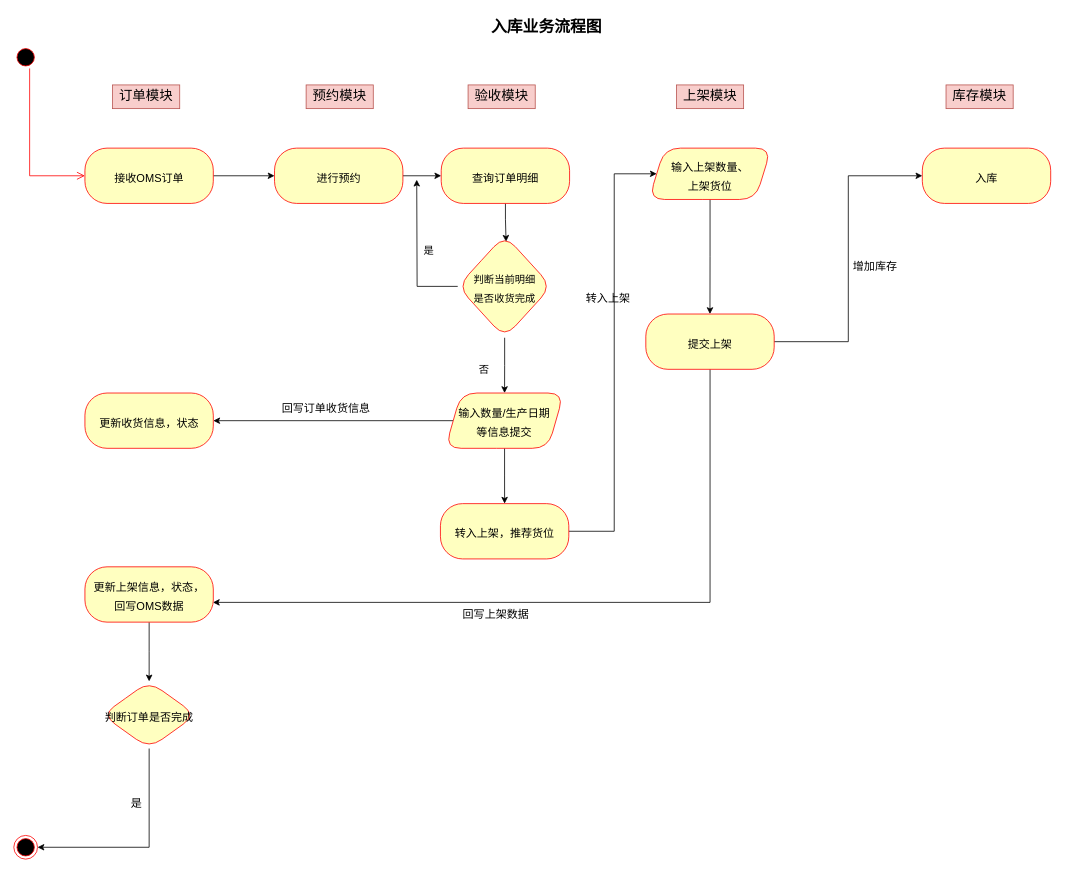
The draw.io diagram pdf/入库业务流程图.drawio in mstao/static, before the edit. Source tidied: cells renumbered, new cells numbered last; positions are measured from the earlier drawing's top-left corner, leaving out a move shared by most shapes. Both pictures are drawn from the tidied source at 79%, with x=0, y=0 at pixel (13, 13).
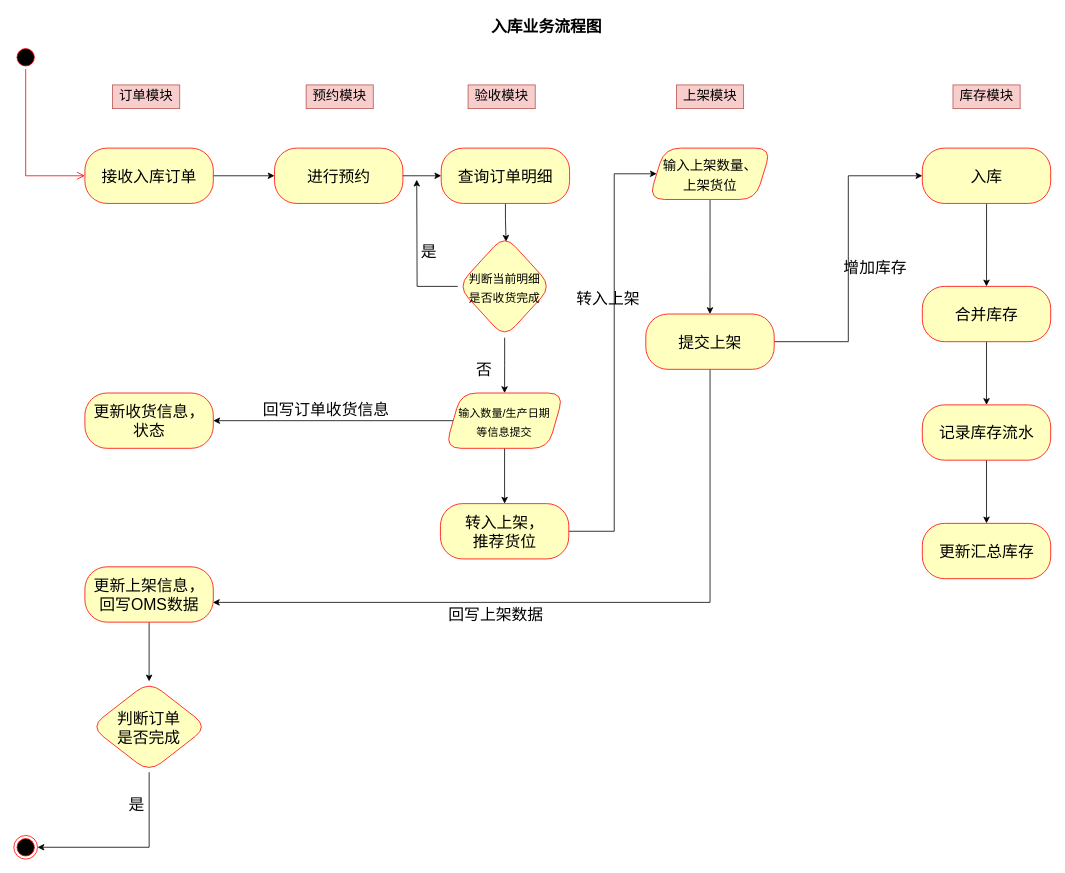
The same page after the edit.

Commit message (it also covers changes not shown here):
Update 入库业务流程图.drawio

The change refers to these unchanged cells:
```xml
<mxCell id="3" style="ellipse;html=1;shape=startState;fillColor=#000000;strokeColor=#ff0000;fontSize=20;" parent="1" vertex="1">
  <mxGeometry y="40" width="30" height="30" as="geometry" />
</mxCell>
```

What changed in the source:
```diff
@@
     <mxCell id="4" style="edgeStyle=orthogonalEdgeStyle;html=1;verticalAlign=bottom;endArrow=open;endSize=8;strokeColor=#ff0000;rounded=0;fontSize=20;entryX=0;entryY=0.5;entryDx=0;entryDy=0;" parent="1" edge="1" source="3" target="6">
       <mxGeometry relative="1" as="geometry">
         <Array as="points">
-          <mxPoint x="20" y="205" />
+          <mxPoint x="15" y="205" />
         </Array>
       </mxGeometry>
     </mxCell>
@@
-    <mxCell id="6" value="&lt;font style=&quot;font-size: 14px&quot;&gt;接收OMS订单&lt;/font&gt;" style="rounded=1;whiteSpace=wrap;html=1;arcSize=40;fontColor=#000000;fillColor=#ffffc0;strokeColor=#ff0000;fontSize=20;" parent="1" vertex="1">
+    <mxCell id="6" value="&lt;font style=&quot;font-size: 20px&quot;&gt;接收入库订单&lt;/font&gt;" style="rounded=1;whiteSpace=wrap;html=1;arcSize=40;fontColor=#000000;fillColor=#ffffc0;strokeColor=#ff0000;fontSize=20;" parent="1" vertex="1">
       <mxGeometry x="90" y="170" width="162.5" height="70" as="geometry" />
     </mxCell>
@@
-    <mxCell id="8" value="&lt;font style=&quot;font-size: 14px&quot;&gt;进行预约&lt;/font&gt;" style="rounded=1;whiteSpace=wrap;html=1;arcSize=40;fontColor=#000000;fillColor=#ffffc0;strokeColor=#ff0000;fontSize=20;" parent="1" vertex="1">
+    <mxCell id="8" value="&lt;font style=&quot;font-size: 20px&quot;&gt;进行预约&lt;/font&gt;" style="rounded=1;whiteSpace=wrap;html=1;arcSize=40;fontColor=#000000;fillColor=#ffffc0;strokeColor=#ff0000;fontSize=20;" parent="1" vertex="1">
       <mxGeometry x="330" y="170" width="162.5" height="70" as="geometry" />
     </mxCell>
@@
-    <mxCell id="10" value="&lt;span style=&quot;font-size: 14px&quot;&gt;查询订单明细&lt;/span&gt;" style="rounded=1;whiteSpace=wrap;html=1;arcSize=40;fontColor=#000000;fillColor=#ffffc0;strokeColor=#ff0000;fontSize=20;" parent="1" vertex="1">
+    <mxCell id="10" value="&lt;font style=&quot;font-size: 20px&quot;&gt;查询订单明细&lt;/font&gt;" style="rounded=1;whiteSpace=wrap;html=1;arcSize=40;fontColor=#000000;fillColor=#ffffc0;strokeColor=#ff0000;fontSize=20;" parent="1" vertex="1">
       <mxGeometry x="541" y="170" width="162.5" height="70" as="geometry" />
     </mxCell>
@@
-    <mxCell id="14" value="&lt;font style=&quot;font-size: 13px&quot;&gt;判断当前明细&lt;br&gt;是否收货完成&lt;/font&gt;" style="rhombus;whiteSpace=wrap;html=1;fontSize=20;fillColor=#ffffc0;strokeColor=#ff0000;fontColor=#000000;rounded=1;arcSize=40;" parent="1" vertex="1">
+    <mxCell id="14" value="&lt;font style=&quot;font-size: 15px&quot;&gt;判断当前明细&lt;br&gt;是否收货完成&lt;/font&gt;" style="rhombus;whiteSpace=wrap;html=1;fontSize=20;fillColor=#ffffc0;strokeColor=#ff0000;fontColor=#000000;rounded=1;arcSize=40;" parent="1" vertex="1">
       <mxGeometry x="561.9" y="280" width="118.8" height="130" as="geometry" />
     </mxCell>
-    <mxCell id="15" value="否" style="text;html=1;align=center;verticalAlign=middle;strokeColor=none;fillColor=none;fontSize=13;fontColor=none;" parent="1" vertex="1">
-      <mxGeometry x="580" y="440" width="30" height="20" as="geometry" />
+    <mxCell id="15" value="&lt;font style=&quot;font-size: 20px&quot;&gt;否&lt;/font&gt;" style="text;html=1;align=center;verticalAlign=middle;strokeColor=none;fillColor=none;fontSize=13;fontColor=none;" parent="1" vertex="1">
+      <mxGeometry x="575" y="440" width="40" height="20" as="geometry" />
     </mxCell>
-    <mxCell id="16" value="是" style="text;html=1;align=center;verticalAlign=middle;strokeColor=none;fillColor=none;fontSize=13;fontColor=none;" parent="1" vertex="1">
-      <mxGeometry x="510" y="290" width="30" height="20" as="geometry" />
+    <mxCell id="16" value="&lt;font style=&quot;font-size: 20px&quot;&gt;是&lt;/font&gt;" style="text;html=1;align=center;verticalAlign=middle;strokeColor=none;fillColor=none;fontSize=13;fontColor=none;" parent="1" vertex="1">
+      <mxGeometry x="505" y="290" width="40" height="20" as="geometry" />
     </mxCell>
@@
-    <mxCell id="20" value="转入上架" style="text;html=1;align=center;verticalAlign=middle;strokeColor=none;fillColor=none;fontSize=14;fontColor=none;" parent="1" vertex="1">
-      <mxGeometry x="717" y="350" width="70" height="20" as="geometry" />
+    <mxCell id="20" value="&lt;font style=&quot;font-size: 20px&quot;&gt;转入上架&lt;/font&gt;" style="text;html=1;align=center;verticalAlign=middle;strokeColor=none;fillColor=none;fontSize=14;fontColor=none;" parent="1" vertex="1">
+      <mxGeometry x="702" y="345" width="100" height="30" as="geometry" />
     </mxCell>
@@
-    <mxCell id="22" value="&lt;font style=&quot;font-size: 14px&quot;&gt;转入上架，推荐货位&lt;/font&gt;" style="rounded=1;whiteSpace=wrap;html=1;arcSize=40;fontColor=#000000;fillColor=#ffffc0;strokeColor=#ff0000;fontSize=20;" parent="1" vertex="1">
+    <mxCell id="22" value="&lt;font style=&quot;font-size: 20px&quot;&gt;转入上架，&lt;br&gt;推荐货位&lt;/font&gt;" style="rounded=1;whiteSpace=wrap;html=1;arcSize=40;fontColor=#000000;fillColor=#ffffc0;strokeColor=#ff0000;fontSize=20;" parent="1" vertex="1">
       <mxGeometry x="540" y="620" width="162.5" height="70" as="geometry" />
     </mxCell>
-    <mxCell id="23" value="&lt;font style=&quot;font-size: 14px&quot;&gt;更新收货信息，状态&lt;/font&gt;" style="rounded=1;whiteSpace=wrap;html=1;arcSize=40;fontColor=#000000;fillColor=#ffffc0;strokeColor=#ff0000;fontSize=20;" parent="1" vertex="1">
+    <mxCell id="23" value="&lt;font style=&quot;font-size: 20px&quot;&gt;更新收货信息，&lt;br&gt;状态&lt;/font&gt;" style="rounded=1;whiteSpace=wrap;html=1;arcSize=40;fontColor=#000000;fillColor=#ffffc0;strokeColor=#ff0000;fontSize=20;" parent="1" vertex="1">
       <mxGeometry x="90" y="480" width="162.5" height="70" as="geometry" />
     </mxCell>
-    <mxCell id="24" value="回写订单收货信息" style="text;html=1;align=center;verticalAlign=middle;strokeColor=none;fillColor=none;fontSize=14;fontColor=none;" parent="1" vertex="1">
-      <mxGeometry x="330" y="490" width="130" height="20" as="geometry" />
+    <mxCell id="24" value="&lt;font style=&quot;font-size: 20px&quot;&gt;回写订单收货信息&lt;/font&gt;" style="text;html=1;align=center;verticalAlign=middle;strokeColor=none;fillColor=none;fontSize=14;fontColor=none;" parent="1" vertex="1">
+      <mxGeometry x="305" y="485" width="180" height="30" as="geometry" />
     </mxCell>
@@
-    <mxCell id="27" value="&lt;font style=&quot;font-size: 14px&quot;&gt;提交上架&lt;br&gt;&lt;/font&gt;" style="rounded=1;whiteSpace=wrap;html=1;arcSize=40;fontColor=#000000;fillColor=#ffffc0;strokeColor=#ff0000;fontSize=20;" parent="1" vertex="1">
+    <mxCell id="27" value="&lt;font&gt;&lt;font style=&quot;font-size: 20px&quot;&gt;提交上架&lt;/font&gt;&lt;br&gt;&lt;/font&gt;" style="rounded=1;whiteSpace=wrap;html=1;arcSize=40;fontColor=#000000;fillColor=#ffffc0;strokeColor=#ff0000;fontSize=20;" parent="1" vertex="1">
       <mxGeometry x="800" y="380" width="162.5" height="70" as="geometry" />
     </mxCell>
+    <mxCell id="43" style="edgeStyle=orthogonalEdgeStyle;rounded=0;jettySize=auto;html=1;fontSize=17;fontColor=none;entryX=0.5;entryY=0;entryDx=0;entryDy=0;" parent="1" edge="1" source="28" target="45">
+      <mxGeometry relative="1" as="geometry" />
+    </mxCell>
-    <mxCell id="28" value="&lt;font style=&quot;font-size: 14px&quot;&gt;入库&lt;br&gt;&lt;/font&gt;" style="rounded=1;whiteSpace=wrap;html=1;arcSize=40;fontColor=#000000;fillColor=#ffffc0;strokeColor=#ff0000;fontSize=20;" parent="1" vertex="1">
+    <mxCell id="28" value="&lt;font&gt;&lt;font style=&quot;font-size: 20px&quot;&gt;入库&lt;/font&gt;&lt;br&gt;&lt;/font&gt;" style="rounded=1;whiteSpace=wrap;html=1;arcSize=40;fontColor=#000000;fillColor=#ffffc0;strokeColor=#ff0000;fontSize=20;" parent="1" vertex="1">
       <mxGeometry x="1150" y="170" width="162.5" height="70" as="geometry" />
     </mxCell>
@@
-    <mxCell id="30" value="&lt;font style=&quot;font-size: 14px&quot;&gt;更新上架信息，状态，&lt;br&gt;回写OMS数据&lt;br&gt;&lt;/font&gt;" style="rounded=1;whiteSpace=wrap;html=1;arcSize=40;fontColor=#000000;fillColor=#ffffc0;strokeColor=#ff0000;fontSize=20;" parent="1" vertex="1">
+    <mxCell id="30" value="&lt;font style=&quot;font-size: 20px&quot;&gt;更新上架信息，&lt;br&gt;回写OMS数据&lt;br&gt;&lt;/font&gt;" style="rounded=1;whiteSpace=wrap;html=1;arcSize=40;fontColor=#000000;fillColor=#ffffc0;strokeColor=#ff0000;fontSize=20;" parent="1" vertex="1">
       <mxGeometry x="90" y="700" width="162.5" height="70" as="geometry" />
     </mxCell>
-    <mxCell id="31" value="回写上架数据" style="text;html=1;align=center;verticalAlign=middle;strokeColor=none;fillColor=none;fontSize=14;fontColor=none;" parent="1" vertex="1">
-      <mxGeometry x="560" y="750" width="100" height="20" as="geometry" />
+    <mxCell id="31" value="&lt;font style=&quot;font-size: 20px&quot;&gt;回写上架数据&lt;/font&gt;" style="text;html=1;align=center;verticalAlign=middle;strokeColor=none;fillColor=none;fontSize=14;fontColor=none;" parent="1" vertex="1">
+      <mxGeometry x="540" y="745" width="140" height="30" as="geometry" />
     </mxCell>
@@
-    <mxCell id="33" value="&lt;span style=&quot;font-size: 14px&quot;&gt;输入上架数量、&lt;br&gt;上架货位&lt;/span&gt;" style="shape=parallelogram;perimeter=parallelogramPerimeter;whiteSpace=wrap;html=1;fixedSize=1;fontSize=20;fillColor=#ffffc0;strokeColor=#ff0000;fontColor=#000000;rounded=1;arcSize=40;" parent="1" vertex="1">
+    <mxCell id="33" value="&lt;span style=&quot;font-size: 17px&quot;&gt;输入上架数量、&lt;br&gt;上架货位&lt;/span&gt;" style="shape=parallelogram;perimeter=parallelogramPerimeter;whiteSpace=wrap;html=1;fixedSize=1;fontSize=20;fillColor=#ffffc0;strokeColor=#ff0000;fontColor=#000000;rounded=1;arcSize=40;" parent="1" vertex="1">
       <mxGeometry x="803.8" y="170" width="155" height="65" as="geometry" />
     </mxCell>
-    <mxCell id="34" value="增加库存" style="text;html=1;align=center;verticalAlign=middle;strokeColor=none;fillColor=none;fontSize=14;fontColor=none;" parent="1" vertex="1">
-      <mxGeometry x="1055" y="310" width="70" height="20" as="geometry" />
+    <mxCell id="34" value="&lt;font style=&quot;font-size: 20px&quot;&gt;增加库存&lt;/font&gt;" style="text;html=1;align=center;verticalAlign=middle;strokeColor=none;fillColor=none;fontSize=14;fontColor=none;" parent="1" vertex="1">
+      <mxGeometry x="1040" y="305" width="100" height="30" as="geometry" />
     </mxCell>
@@
-    <mxCell id="36" value="&lt;font style=&quot;font-size: 14px&quot;&gt;判断订单是否完成&lt;/font&gt;" style="rhombus;whiteSpace=wrap;html=1;fontSize=20;fillColor=#ffffc0;strokeColor=#ff0000;fontColor=#000000;rounded=1;arcSize=40;" parent="1" vertex="1">
-      <mxGeometry x="111.9" y="845" width="118.8" height="85" as="geometry" />
+    <mxCell id="36" value="&lt;font style=&quot;font-size: 20px&quot;&gt;判断订单&lt;br&gt;是否完成&lt;/font&gt;" style="rhombus;whiteSpace=wrap;html=1;fontSize=20;fillColor=#ffffc0;strokeColor=#ff0000;fontColor=#000000;rounded=1;arcSize=40;" parent="1" vertex="1">
+      <mxGeometry x="97.2" y="845" width="148.1" height="115" as="geometry" />
     </mxCell>
-    <mxCell id="37" value="是" style="text;html=1;align=center;verticalAlign=middle;strokeColor=none;fillColor=none;fontSize=14;fontColor=none;" parent="1" vertex="1">
-      <mxGeometry x="140" y="990" width="30" height="20" as="geometry" />
+    <mxCell id="37" value="&lt;font style=&quot;font-size: 20px&quot;&gt;是&lt;/font&gt;" style="text;html=1;align=center;verticalAlign=middle;strokeColor=none;fillColor=none;fontSize=14;fontColor=none;" parent="1" vertex="1">
+      <mxGeometry x="135" y="985" width="40" height="30" as="geometry" />
     </mxCell>
@@
     <mxCell id="42" value="&lt;font style=&quot;font-size: 17px&quot;&gt;库存模块&lt;/font&gt;" style="text;html=1;strokeColor=#b85450;fillColor=#f8cecc;align=center;verticalAlign=middle;whiteSpace=wrap;rounded=0;fontSize=14;" parent="1" vertex="1">
-      <mxGeometry x="1180" y="90" width="85" height="30" as="geometry" />
+      <mxGeometry x="1188.8" y="90" width="85" height="30" as="geometry" />
     </mxCell>
+    <mxCell id="44" style="edgeStyle=orthogonalEdgeStyle;rounded=0;jettySize=auto;html=1;fontSize=20;fontColor=none;" parent="1" edge="1" source="45" target="47">
+      <mxGeometry relative="1" as="geometry" />
+    </mxCell>
+    <mxCell id="45" value="&lt;font&gt;&lt;font style=&quot;font-size: 20px&quot;&gt;合并库存&lt;/font&gt;&lt;br&gt;&lt;/font&gt;" style="rounded=1;whiteSpace=wrap;html=1;arcSize=40;fontColor=#000000;fillColor=#ffffc0;strokeColor=#ff0000;fontSize=20;" parent="1" vertex="1">
+      <mxGeometry x="1150" y="345" width="162.5" height="70" as="geometry" />
+    </mxCell>
+    <mxCell id="46" style="edgeStyle=orthogonalEdgeStyle;rounded=0;jettySize=auto;html=1;fontSize=20;fontColor=none;" parent="1" edge="1" source="47" target="48">
+      <mxGeometry relative="1" as="geometry" />
+    </mxCell>
+    <mxCell id="47" value="&lt;font&gt;&lt;font style=&quot;font-size: 20px&quot;&gt;记录库存流水&lt;/font&gt;&lt;br&gt;&lt;/font&gt;" style="rounded=1;whiteSpace=wrap;html=1;arcSize=40;fontColor=#000000;fillColor=#ffffc0;strokeColor=#ff0000;fontSize=20;" parent="1" vertex="1">
+      <mxGeometry x="1150" y="495" width="162.5" height="70" as="geometry" />
+    </mxCell>
+    <mxCell id="48" value="&lt;font&gt;&lt;font style=&quot;font-size: 20px&quot;&gt;更新汇总库存&lt;/font&gt;&lt;br&gt;&lt;/font&gt;" style="rounded=1;whiteSpace=wrap;html=1;arcSize=40;fontColor=#000000;fillColor=#ffffc0;strokeColor=#ff0000;fontSize=20;" parent="1" vertex="1">
+      <mxGeometry x="1150" y="645" width="162.5" height="70" as="geometry" />
+    </mxCell>
```
